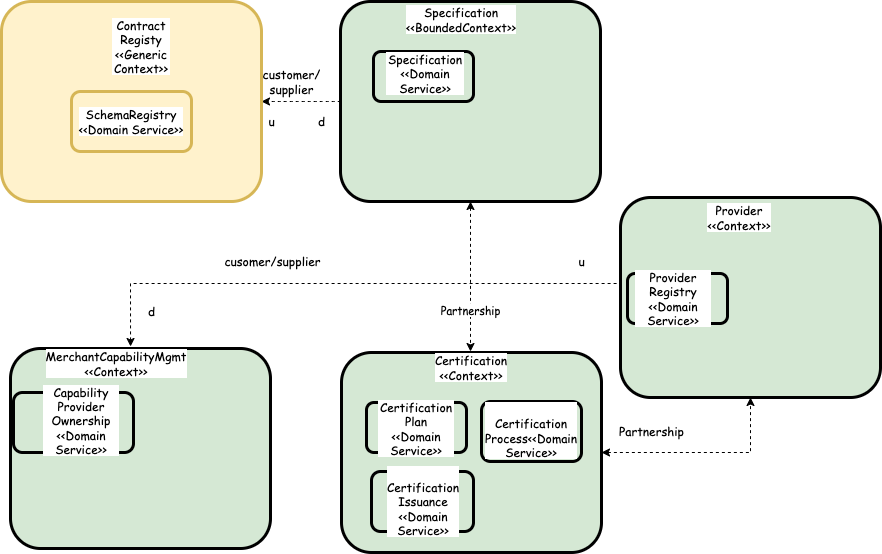
Above: Hubble-Project-Notes/images/02-hubble-context.png in cb-manick/hubble (draw.io), before the change. Source tidied: cells renumbered, new cells last; positions are measured from the earlier drawing's top-left corner, leaving out a move shared by most shapes.
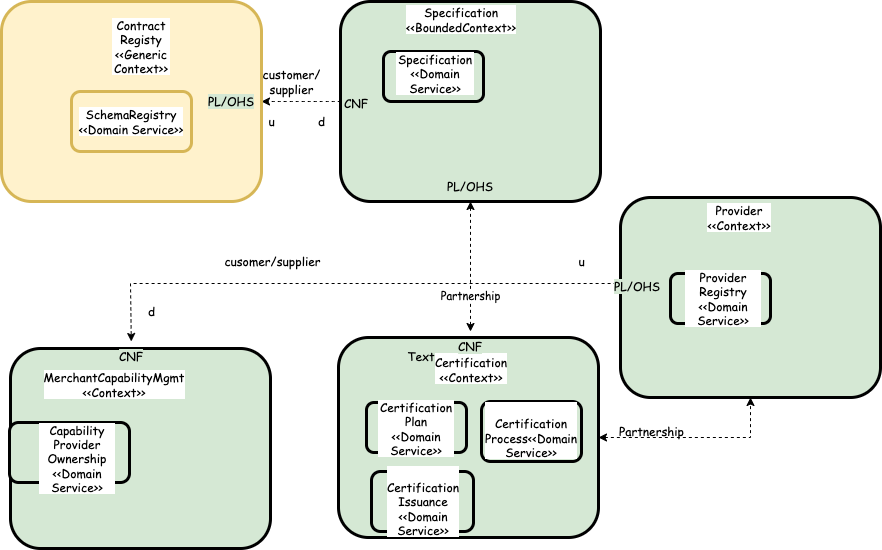
The same file after the commit.

The edit, as a diff of the source:
```diff
@@ -5,10 +5,8 @@
     <mxCell id="2" style="edgeStyle=orthogonalEdgeStyle;curved=1;rounded=0;jettySize=auto;html=1;dashed=1;fontFamily=Comic Sans MS;fontColor=#000000;" parent="1" edge="1" source="5" target="9">
       <mxGeometry relative="1" as="geometry" />
     </mxCell>
-    <mxCell id="3" style="edgeStyle=orthogonalEdgeStyle;rounded=0;jettySize=auto;html=1;fontFamily=Comic Sans MS;dashed=1;startArrow=classic;startFill=1;" parent="1" edge="1" source="5">
-      <mxGeometry relative="1" as="geometry">
-        <mxPoint x="469" y="350" as="targetPoint" />
-      </mxGeometry>
+    <mxCell id="3" style="edgeStyle=orthogonalEdgeStyle;rounded=0;jettySize=auto;html=1;fontFamily=Comic Sans MS;dashed=1;startArrow=classic;startFill=1;entryX=0.5;entryY=0;entryDx=0;entryDy=0;" parent="1" edge="1" source="5" target="42">
+      <mxGeometry relative="1" as="geometry" />
     </mxCell>
     <mxCell id="4" value="Partnership" style="edgeLabel;html=1;align=center;verticalAlign=middle;fontFamily=Comic Sans MS;" parent="3" vertex="1">
       <mxGeometry x="0.43" y="-1" relative="1" as="geometry" />
@@ -17,13 +15,13 @@
       <mxGeometry x="339" width="260" height="200" as="geometry" />
     </mxCell>
     <mxCell id="6" value="&lt;span style=&quot;color: rgba(0 , 0 , 0 , 0) ; font-family: monospace ; font-size: 0px ; background-color: rgb(248 , 249 , 250)&quot;&gt;Spe&lt;/span&gt;" style="html=1;dashed=0;whitespace=wrap;rounded=1;labelBackgroundColor=#ffffff;fontFamily=Comic Sans MS;fontColor=#000000;strokeColor=#000000;strokeWidth=3;fillColor=#D5E8D4;" parent="1" vertex="1">
-      <mxGeometry x="372" y="50" width="100" height="50" as="geometry" />
+      <mxGeometry x="382" y="50" width="100" height="50" as="geometry" />
     </mxCell>
     <mxCell id="7" value="Specification&lt;br&gt;&amp;lt;&amp;lt;BoundedContext&amp;gt;&amp;gt;" style="text;html=1;strokeColor=none;fillColor=none;align=center;verticalAlign=middle;whiteSpace=wrap;rounded=0;dashed=1;labelBackgroundColor=#ffffff;fontFamily=Comic Sans MS;fontColor=#000000;" parent="1" vertex="1">
       <mxGeometry x="430" y="3" width="60" height="30" as="geometry" />
     </mxCell>
     <mxCell id="8" value="Specification&lt;br&gt;&amp;lt;&amp;lt;Domain Service&amp;gt;&amp;gt;&lt;br&gt;" style="text;html=1;strokeColor=none;fillColor=none;align=center;verticalAlign=middle;whiteSpace=wrap;rounded=0;dashed=1;labelBackgroundColor=#ffffff;fontFamily=Comic Sans MS;fontColor=#000000;" parent="1" vertex="1">
-      <mxGeometry x="384" y="57" width="80" height="30" as="geometry" />
+      <mxGeometry x="394" y="57" width="80" height="30" as="geometry" />
     </mxCell>
     <mxCell id="9" style="html=1;dashed=0;whitespace=wrap;rounded=1;labelBackgroundColor=#ffffff;fontFamily=Comic Sans MS;strokeColor=#d6b656;strokeWidth=3;fillColor=#fff2cc;" parent="1" vertex="1">
       <mxGeometry width="260" height="200" as="geometry" />
@@ -38,7 +36,7 @@
       <mxGeometry relative="1" as="geometry" />
     </mxCell>
     <mxCell id="13" value="&lt;br&gt;&lt;br&gt;&lt;br&gt;" style="html=1;dashed=0;whitespace=wrap;rounded=1;labelBackgroundColor=#ffffff;fontFamily=Comic Sans MS;fontColor=#000000;strokeColor=#000000;strokeWidth=3;fillColor=#D5E8D4;" parent="1" vertex="1">
-      <mxGeometry x="340" y="351" width="260" height="200" as="geometry" />
+      <mxGeometry x="337" y="336" width="260" height="200" as="geometry" />
     </mxCell>
     <mxCell id="14" value="&lt;span style=&quot;color: rgba(0 , 0 , 0 , 0) ; font-family: monospace ; font-size: 0px ; background-color: rgb(248 , 249 , 250)&quot;&gt;Spe&lt;/span&gt;" style="html=1;dashed=0;whitespace=wrap;rounded=1;labelBackgroundColor=#ffffff;fontFamily=Comic Sans MS;fontColor=#000000;strokeColor=#000000;strokeWidth=3;fillColor=#D5E8D4;" parent="1" vertex="1">
       <mxGeometry x="365" y="401" width="100" height="50" as="geometry" />
@@ -68,13 +66,13 @@
       <mxGeometry x="9" y="347" width="260" height="200" as="geometry" />
     </mxCell>
     <mxCell id="23" style="rounded=1;whiteSpace=wrap;html=1;fontFamily=Comic Sans MS;strokeColor=#000000;strokeWidth=3;fillColor=#D5E8D4;" parent="1" vertex="1">
-      <mxGeometry x="12" y="391" width="120" height="60" as="geometry" />
+      <mxGeometry x="8" y="421" width="120" height="60" as="geometry" />
     </mxCell>
     <mxCell id="24" value="MerchantCapabilityMgmt&lt;br&gt;&amp;lt;&amp;lt;Context&amp;gt;&amp;gt;" style="text;html=1;strokeColor=none;fillColor=none;align=center;verticalAlign=middle;whiteSpace=wrap;rounded=0;dashed=1;labelBackgroundColor=#ffffff;fontFamily=Comic Sans MS;fontColor=#000000;" parent="1" vertex="1">
-      <mxGeometry x="50" y="347" width="130" height="30" as="geometry" />
+      <mxGeometry x="48" y="368" width="130" height="30" as="geometry" />
     </mxCell>
     <mxCell id="25" value="Capability&lt;br&gt;Provider&lt;br&gt;Ownership&lt;br&gt;&amp;lt;&amp;lt;Domain Service&amp;gt;&amp;gt;" style="text;html=1;strokeColor=none;fillColor=none;align=center;verticalAlign=middle;whiteSpace=wrap;rounded=0;dashed=1;labelBackgroundColor=#ffffff;fontFamily=Comic Sans MS;fontColor=#000000;" parent="1" vertex="1">
-      <mxGeometry x="41" y="404" width="78" height="30" as="geometry" />
+      <mxGeometry x="37" y="442" width="78" height="30" as="geometry" />
     </mxCell>
     <mxCell id="26" value="&lt;span style=&quot;color: rgba(0 , 0 , 0 , 0) ; font-family: monospace ; font-size: 0px ; background-color: rgb(248 , 249 , 250)&quot;&gt;%3CmxGraphModel%3E%3Croot%3E%3CmxCell%20id%3D%220%22%2F%3E%3CmxCell%20id%3D%221%22%20parent%3D%220%22%2F%3E%3CmxCell%20id%3D%222%22%20value%3D%22Verification%26lt%3Bbr%26gt%3BPlan%26lt%3Bbr%26gt%3B%26amp%3Blt%3B%26amp%3Blt%3BDomain%20Service%26amp%3Bgt%3B%26amp%3Bgt%3B%22%20style%3D%22text%3Bhtml%3D1%3BstrokeColor%3Dnone%3BfillColor%3Dnone%3Balign%3Dcenter%3BverticalAlign%3Dmiddle%3BwhiteSpace%3Dwrap%3Brounded%3D0%3Bdashed%3D1%3BlabelBackgroundColor%3D%23ffffff%3BfontFamily%3DComic%20Sans%20MS%3BfontColor%3D%23000000%3B%22%20vertex%3D%221%22%20parent%3D%221%22%3E%3CmxGeometry%20x%3D%22296%22%20y%3D%22482%22%20width%3D%2278%22%20height%3D%2230%22%20as%3D%22geometry%22%2F%3E%3C%2FmxCell%3E%3C%2Froot%3E%3C%2FmxGraphModel%3E&lt;/span&gt;" style="html=1;dashed=0;whitespace=wrap;rounded=1;labelBackgroundColor=#ffffff;fontFamily=Comic Sans MS;fontColor=#000000;strokeColor=#000000;strokeWidth=3;fillColor=#D5E8D4;" parent="1" vertex="1">
       <mxGeometry x="370" y="470" width="102" height="60" as="geometry" />
@@ -86,16 +84,16 @@
       <mxGeometry x="619" y="196" width="260" height="200" as="geometry" />
     </mxCell>
     <mxCell id="29" value="&lt;span style=&quot;color: rgba(0 , 0 , 0 , 0) ; font-family: monospace ; font-size: 0px ; background-color: rgb(248 , 249 , 250)&quot;&gt;Spe&lt;/span&gt;" style="html=1;dashed=0;whitespace=wrap;rounded=1;labelBackgroundColor=#ffffff;fontFamily=Comic Sans MS;fontColor=#000000;strokeColor=#000000;strokeWidth=3;fillColor=#D5E8D4;" parent="1" vertex="1">
-      <mxGeometry x="626" y="272" width="100" height="50" as="geometry" />
+      <mxGeometry x="669" y="272" width="100" height="50" as="geometry" />
     </mxCell>
     <mxCell id="30" value="Certification&lt;br&gt;Plan&lt;br&gt;&amp;lt;&amp;lt;Domain Service&amp;gt;&amp;gt;" style="text;html=1;strokeColor=none;fillColor=none;align=center;verticalAlign=middle;whiteSpace=wrap;rounded=0;dashed=1;labelBackgroundColor=#ffffff;fontFamily=Comic Sans MS;fontColor=#000000;" parent="1" vertex="1">
       <mxGeometry x="376" y="412" width="78" height="30" as="geometry" />
     </mxCell>
     <mxCell id="31" value="Provider&lt;br&gt;Registry&lt;br&gt;&amp;lt;&amp;lt;Domain Service&amp;gt;&amp;gt;" style="text;html=1;strokeColor=none;fillColor=none;align=center;verticalAlign=middle;whiteSpace=wrap;rounded=0;dashed=1;labelBackgroundColor=#ffffff;fontFamily=Comic Sans MS;fontColor=#000000;" parent="1" vertex="1">
-      <mxGeometry x="633" y="282" width="78" height="30" as="geometry" />
+      <mxGeometry x="683" y="282" width="78" height="30" as="geometry" />
     </mxCell>
     <mxCell id="32" value="Certification&lt;br&gt;&amp;lt;&amp;lt;Context&amp;gt;&amp;gt;" style="text;html=1;strokeColor=none;fillColor=none;align=center;verticalAlign=middle;whiteSpace=wrap;rounded=0;dashed=1;labelBackgroundColor=#ffffff;fontFamily=Comic Sans MS;fontColor=#000000;" parent="1" vertex="1">
-      <mxGeometry x="440" y="351" width="60" height="30" as="geometry" />
+      <mxGeometry x="440" y="353" width="60" height="30" as="geometry" />
     </mxCell>
     <mxCell id="33" value="Provider&lt;br&gt;&amp;lt;&amp;lt;Context&amp;gt;&amp;gt;" style="text;html=1;strokeColor=none;fillColor=none;align=center;verticalAlign=middle;whiteSpace=wrap;rounded=0;dashed=1;labelBackgroundColor=#ffffff;fontFamily=Comic Sans MS;fontColor=#000000;" parent="1" vertex="1">
       <mxGeometry x="708" y="201" width="60" height="30" as="geometry" />
@@ -103,7 +101,7 @@
     <mxCell id="34" value="Partnership" style="text;html=1;align=center;verticalAlign=middle;strokeColor=none;fillColor=none;fontFamily=Comic Sans MS;" parent="1" vertex="1">
       <mxGeometry x="610" y="420" width="80" height="20" as="geometry" />
     </mxCell>
-    <mxCell id="35" style="endArrow=classic;html=1;rounded=0;dashed=1;fontFamily=Comic Sans MS;exitX=-0.015;exitY=0.43;exitDx=0;exitDy=0;exitPerimeter=0;entryX=0.608;entryY=-0.067;entryDx=0;entryDy=0;entryPerimeter=0;" parent="1" edge="1" source="28" target="24">
+    <mxCell id="35" style="endArrow=classic;html=1;rounded=0;dashed=1;fontFamily=Comic Sans MS;exitX=-0.015;exitY=0.43;exitDx=0;exitDy=0;exitPerimeter=0;" parent="1" edge="1" source="28" target="45">
       <mxGeometry relative="1" as="geometry">
         <Array as="points">
           <mxPoint x="129" y="282" />
@@ -119,5 +117,26 @@
     <mxCell id="38" value="u" style="text;html=1;align=center;verticalAlign=middle;strokeColor=none;fillColor=none;fontFamily=Comic Sans MS;" parent="1" vertex="1">
       <mxGeometry x="570" y="250" width="20" height="20" as="geometry" />
     </mxCell>
+    <mxCell id="39" value="PL/OHS" style="text;html=1;strokeColor=none;fillColor=none;align=center;verticalAlign=middle;whiteSpace=wrap;rounded=0;labelBackgroundColor=#D5E8D4;fontFamily=Comic Sans MS;fontColor=#000000;" parent="1" vertex="1">
+      <mxGeometry x="200" y="85" width="60" height="30" as="geometry" />
+    </mxCell>
+    <mxCell id="40" value="CNF&lt;br&gt;" style="text;html=1;strokeColor=none;fillColor=none;align=center;verticalAlign=middle;whiteSpace=wrap;rounded=0;labelBackgroundColor=#D5E8D4;fontFamily=Comic Sans MS;fontColor=#000000;" parent="1" vertex="1">
+      <mxGeometry x="325" y="87" width="60" height="30" as="geometry" />
+    </mxCell>
+    <mxCell id="41" value="PL/OHS" style="text;html=1;strokeColor=none;fillColor=none;align=center;verticalAlign=middle;whiteSpace=wrap;rounded=0;labelBackgroundColor=#D5E8D4;fontFamily=Comic Sans MS;fontColor=#000000;" parent="1" vertex="1">
+      <mxGeometry x="439" y="170" width="60" height="30" as="geometry" />
+    </mxCell>
+    <mxCell id="42" value="CNF" style="text;html=1;strokeColor=none;fillColor=none;align=center;verticalAlign=middle;whiteSpace=wrap;rounded=0;labelBackgroundColor=#D5E8D4;fontFamily=Comic Sans MS;fontColor=#000000;" parent="1" vertex="1">
+      <mxGeometry x="439" y="330" width="60" height="30" as="geometry" />
+    </mxCell>
+    <mxCell id="43" value="PL/OHS" style="text;html=1;strokeColor=none;fillColor=none;align=center;verticalAlign=middle;whiteSpace=wrap;rounded=0;labelBackgroundColor=#D5E8D4;fontFamily=Comic Sans MS;fontColor=#000000;" parent="1" vertex="1">
+      <mxGeometry x="606" y="270" width="60" height="30" as="geometry" />
+    </mxCell>
+    <mxCell id="44" value="Text" style="text;html=1;strokeColor=none;fillColor=none;align=center;verticalAlign=middle;whiteSpace=wrap;rounded=0;labelBackgroundColor=#D5E8D4;fontFamily=Comic Sans MS;fontColor=#000000;" parent="1" vertex="1">
+      <mxGeometry x="390" y="340" width="60" height="30" as="geometry" />
+    </mxCell>
+    <mxCell id="45" value="CNF" style="text;html=1;strokeColor=none;fillColor=none;align=center;verticalAlign=middle;whiteSpace=wrap;rounded=0;labelBackgroundColor=#D5E8D4;fontFamily=Comic Sans MS;fontColor=#000000;" parent="1" vertex="1">
+      <mxGeometry x="100" y="340" width="60" height="30" as="geometry" />
+    </mxCell>
   </root>
 </mxGraphModel>
```
